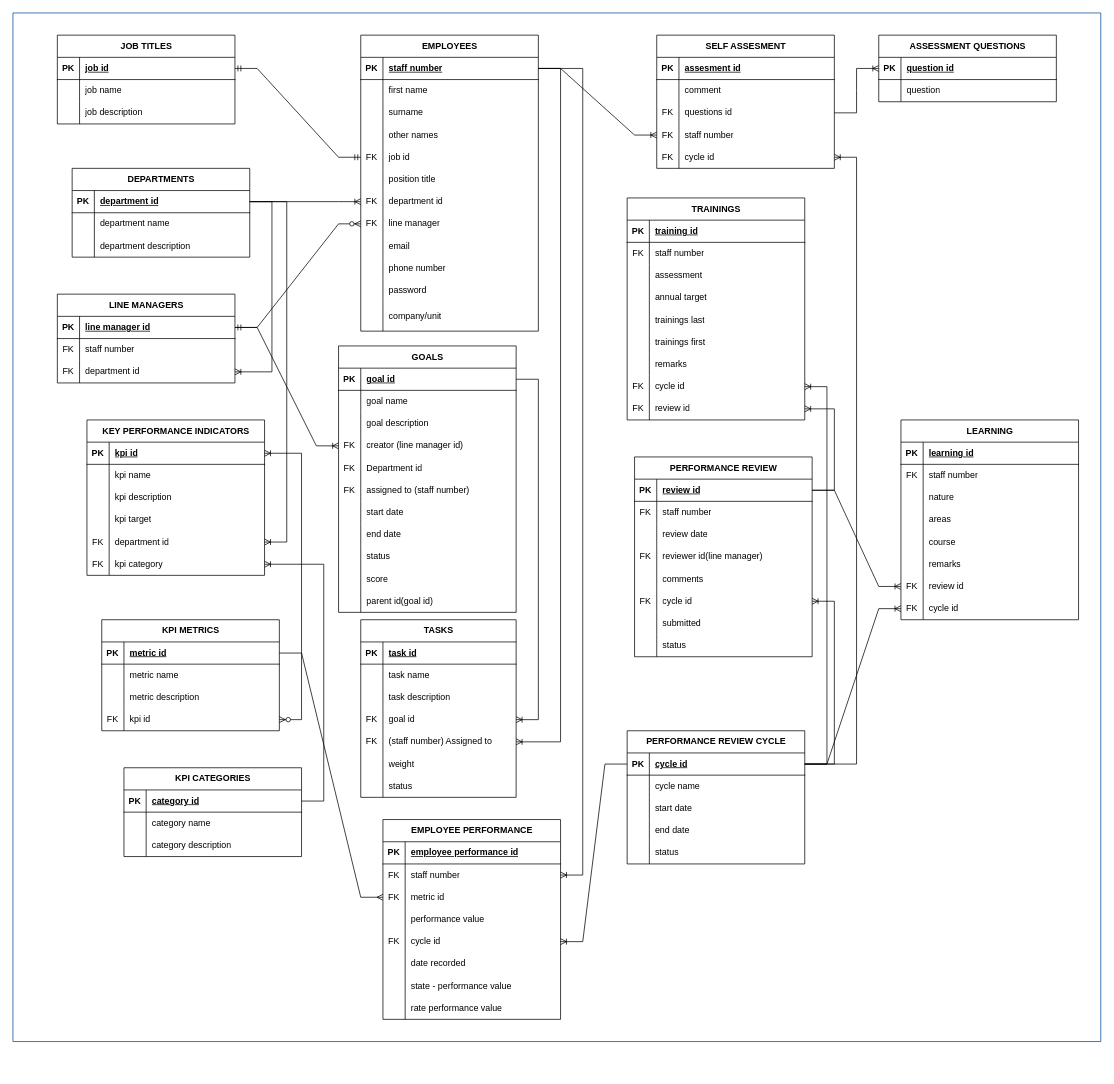
This is PMS.drawio from JohnMugambi/Files, a draw.io file, before an edit. Source tidied: cells renumbered, new cells numbered last; positions are measured from the earlier drawing's top-left corner, leaving out a move shared by most shapes. Both pictures are drawn from the tidied source at 74%, with x=0, y=0 at pixel (-5, 13).
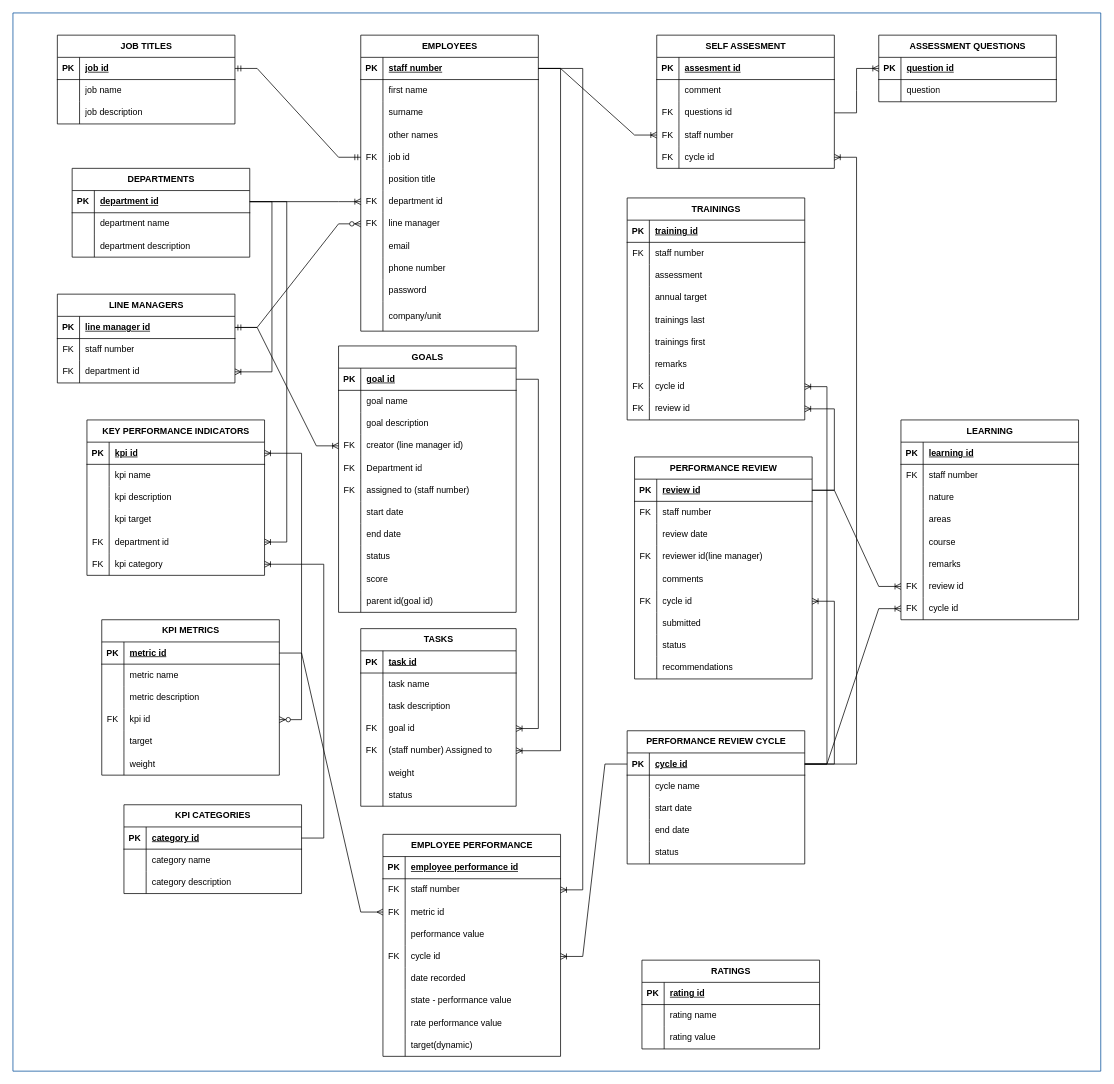
Above is the later version.

Unchanged cells that the change refers to:
```xml
<mxCell id="190" style="shape=tableRow;horizontal=0;startSize=0;swimlaneHead=0;swimlaneBody=0;fillColor=none;points=[[0,0.5],[1,0.5]];portConstraint=eastwest;top=0;left=0;right=0;bottom=0;" parent="174" vertex="1">
  <mxGeometry y="180" width="240" height="30" as="geometry" />
</mxCell>
```

Change to the diagram source:
```diff
@@
     <mxCell id="56" value="KPI METRICS" style="shape=table;startSize=30;childLayout=tableLayout;rowLines=0;fontStyle=1;align=center;html=1;" parent="1" vertex="1">
-      <mxGeometry x="144" y="820" width="240" height="150" as="geometry" />
+      <mxGeometry x="144" y="820" width="240" height="210" as="geometry" />
     </mxCell>
@@
+    <mxCell id="331" style="shape=tableRow;horizontal=0;startSize=0;swimlaneHead=0;swimlaneBody=0;fillColor=none;top=0;left=0;right=0;bottom=0;" parent="56" vertex="1">
+      <mxGeometry y="150" width="240" height="30" as="geometry" />
+    </mxCell>
+    <mxCell id="332" style="shape=partialRectangle;fillColor=none;top=0;left=0;bottom=0;right=0;overflow=hidden;whiteSpace=wrap;html=1;" parent="331" vertex="1">
+      <mxGeometry width="30" height="30" as="geometry" />
+    </mxCell>
+    <mxCell id="333" value="target" style="shape=partialRectangle;fillColor=none;top=0;left=0;bottom=0;right=0;align=left;spacingLeft=6;overflow=hidden;whiteSpace=wrap;html=1;" parent="331" vertex="1">
+      <mxGeometry x="30" width="210" height="30" as="geometry" />
+    </mxCell>
+    <mxCell id="334" style="shape=tableRow;horizontal=0;startSize=0;swimlaneHead=0;swimlaneBody=0;fillColor=none;top=0;left=0;right=0;bottom=0;" parent="56" vertex="1">
+      <mxGeometry y="180" width="240" height="30" as="geometry" />
+    </mxCell>
+    <mxCell id="335" style="shape=partialRectangle;fillColor=none;top=0;left=0;bottom=0;right=0;overflow=hidden;whiteSpace=wrap;html=1;" parent="334" vertex="1">
+      <mxGeometry width="30" height="30" as="geometry" />
+    </mxCell>
+    <mxCell id="336" value="weight" style="shape=partialRectangle;fillColor=none;top=0;left=0;bottom=0;right=0;align=left;spacingLeft=6;overflow=hidden;whiteSpace=wrap;html=1;" parent="334" vertex="1">
+      <mxGeometry x="30" width="210" height="30" as="geometry" />
+    </mxCell>
@@
-    <mxCell id="74" value="KPI CATEGORIES" style="shape=table;startSize=30;childLayout=tableLayout;rowLines=0;fontStyle=1;align=center;html=1;" parent="1" vertex="1">
-      <mxGeometry x="174" y="1020" width="240" height="120" as="geometry" />
-    </mxCell>
-    <mxCell id="75" style="shape=tableRow;horizontal=0;startSize=0;swimlaneHead=0;swimlaneBody=0;fillColor=none;points=[[0,0.5],[1,0.5]];portConstraint=eastwest;top=0;left=0;right=0;bottom=1;" parent="74" vertex="1">
-      <mxGeometry y="30" width="240" height="30" as="geometry" />
-    </mxCell>
-    <mxCell id="76" value="PK" style="shape=partialRectangle;fillColor=none;top=0;left=0;bottom=0;right=0;fontStyle=1;overflow=hidden;whiteSpace=wrap;html=1;" parent="75" vertex="1">
-      <mxGeometry width="30" height="30" as="geometry" />
-    </mxCell>
-    <mxCell id="77" value="category id" style="shape=partialRectangle;fillColor=none;top=0;left=0;bottom=0;right=0;align=left;spacingLeft=6;fontStyle=5;overflow=hidden;whiteSpace=wrap;html=1;" parent="75" vertex="1">
-      <mxGeometry x="30" width="210" height="30" as="geometry" />
-    </mxCell>
-    <mxCell id="78" style="shape=tableRow;horizontal=0;startSize=0;swimlaneHead=0;swimlaneBody=0;fillColor=none;top=0;left=0;right=0;bottom=0;" parent="74" vertex="1">
-      <mxGeometry y="60" width="240" height="30" as="geometry" />
-    </mxCell>
-    <mxCell id="79" style="shape=partialRectangle;fillColor=none;top=0;left=0;bottom=0;right=0;overflow=hidden;whiteSpace=wrap;html=1;" parent="78" vertex="1">
-      <mxGeometry width="30" height="30" as="geometry" />
-    </mxCell>
-    <mxCell id="80" value="category name" style="shape=partialRectangle;fillColor=none;top=0;left=0;bottom=0;right=0;align=left;spacingLeft=6;overflow=hidden;whiteSpace=wrap;html=1;" parent="78" vertex="1">
-      <mxGeometry x="30" width="210" height="30" as="geometry" />
-    </mxCell>
-    <mxCell id="81" style="shape=tableRow;horizontal=0;startSize=0;swimlaneHead=0;swimlaneBody=0;fillColor=none;top=0;left=0;right=0;bottom=0;" parent="74" vertex="1">
-      <mxGeometry y="90" width="240" height="30" as="geometry" />
-    </mxCell>
-    <mxCell id="82" style="shape=partialRectangle;fillColor=none;top=0;left=0;bottom=0;right=0;overflow=hidden;whiteSpace=wrap;html=1;" parent="81" vertex="1">
-      <mxGeometry width="30" height="30" as="geometry" />
-    </mxCell>
-    <mxCell id="83" value="category description" style="shape=partialRectangle;fillColor=none;top=0;left=0;bottom=0;right=0;align=left;spacingLeft=6;overflow=hidden;whiteSpace=wrap;html=1;" parent="81" vertex="1">
-      <mxGeometry x="30" width="210" height="30" as="geometry" />
-    </mxCell>
-    <mxCell id="84" style="edgeStyle=entityRelationEdgeStyle;fontSize=12;html=1;endArrow=ERoneToMany;rounded=0;" parent="1" edge="1" source="75" target="190">
-      <mxGeometry relative="1" as="geometry" />
-    </mxCell>
@@
     <mxCell id="163" style="swimlane;startSize=0;strokeColor=#004C99;" parent="1" vertex="1">
-      <mxGeometry x="24" width="1470" height="1390" as="geometry" />
+      <mxGeometry x="24" width="1470" height="1430" as="geometry" />
     </mxCell>
@@
     <mxCell id="254" value="PERFORMANCE REVIEW" style="shape=table;startSize=30;childLayout=tableLayout;rowLines=0;fontStyle=1;align=center;html=1;" parent="163" vertex="1">
-      <mxGeometry x="840" y="600" width="240" height="270" as="geometry" />
+      <mxGeometry x="840" y="600" width="240" height="300" as="geometry" />
     </mxCell>
@@
+    <mxCell id="337" style="shape=tableRow;horizontal=0;startSize=0;swimlaneHead=0;swimlaneBody=0;fillColor=none;top=0;left=0;right=0;bottom=0;" parent="254" vertex="1">
+      <mxGeometry y="270" width="240" height="30" as="geometry" />
+    </mxCell>
+    <mxCell id="338" style="shape=partialRectangle;fillColor=none;top=0;left=0;bottom=0;right=0;overflow=hidden;whiteSpace=wrap;html=1;" parent="337" vertex="1">
+      <mxGeometry width="30" height="30" as="geometry" />
+    </mxCell>
+    <mxCell id="339" value="recommendations" style="shape=partialRectangle;fillColor=none;top=0;left=0;bottom=0;right=0;align=left;spacingLeft=6;overflow=hidden;whiteSpace=wrap;html=1;" parent="337" vertex="1">
+      <mxGeometry x="30" width="210" height="30" as="geometry" />
+    </mxCell>
@@
     <mxCell id="280" value="EMPLOYEE PERFORMANCE" style="shape=table;startSize=30;childLayout=tableLayout;rowLines=0;fontStyle=1;align=center;html=1;" parent="163" vertex="1">
-      <mxGeometry x="500" y="1090" width="240" height="270" as="geometry" />
+      <mxGeometry x="500" y="1110" width="240" height="300" as="geometry" />
     </mxCell>
@@
+    <mxCell id="340" style="shape=tableRow;horizontal=0;startSize=0;swimlaneHead=0;swimlaneBody=0;fillColor=none;top=0;left=0;right=0;bottom=0;" parent="280" vertex="1">
+      <mxGeometry y="270" width="240" height="30" as="geometry" />
+    </mxCell>
+    <mxCell id="341" style="shape=partialRectangle;fillColor=none;top=0;left=0;bottom=0;right=0;overflow=hidden;whiteSpace=wrap;html=1;" parent="340" vertex="1">
+      <mxGeometry width="30" height="30" as="geometry" />
+    </mxCell>
+    <mxCell id="342" value="target(dynamic)" style="shape=partialRectangle;fillColor=none;top=0;left=0;bottom=0;right=0;align=left;spacingLeft=6;overflow=hidden;whiteSpace=wrap;html=1;" parent="340" vertex="1">
+      <mxGeometry x="30" width="210" height="30" as="geometry" />
+    </mxCell>
@@
     <mxCell id="307" value="TASKS" style="shape=table;startSize=30;childLayout=tableLayout;rowLines=0;fontStyle=1;align=center;html=1;" parent="163" vertex="1">
-      <mxGeometry x="470" y="820" width="210" height="240" as="geometry" />
+      <mxGeometry x="470" y="832" width="210" height="240" as="geometry" />
     </mxCell>
@@
+    <mxCell id="74" value="KPI CATEGORIES" style="shape=table;startSize=30;childLayout=tableLayout;rowLines=0;fontStyle=1;align=center;html=1;" parent="163" vertex="1">
+      <mxGeometry x="150" y="1070" width="240" height="120" as="geometry" />
+    </mxCell>
+    <mxCell id="75" style="shape=tableRow;horizontal=0;startSize=0;swimlaneHead=0;swimlaneBody=0;fillColor=none;points=[[0,0.5],[1,0.5]];portConstraint=eastwest;top=0;left=0;right=0;bottom=1;" parent="74" vertex="1">
+      <mxGeometry y="30" width="240" height="30" as="geometry" />
+    </mxCell>
+    <mxCell id="76" value="PK" style="shape=partialRectangle;fillColor=none;top=0;left=0;bottom=0;right=0;fontStyle=1;overflow=hidden;whiteSpace=wrap;html=1;" parent="75" vertex="1">
+      <mxGeometry width="30" height="30" as="geometry" />
+    </mxCell>
+    <mxCell id="77" value="category id" style="shape=partialRectangle;fillColor=none;top=0;left=0;bottom=0;right=0;align=left;spacingLeft=6;fontStyle=5;overflow=hidden;whiteSpace=wrap;html=1;" parent="75" vertex="1">
+      <mxGeometry x="30" width="210" height="30" as="geometry" />
+    </mxCell>
+    <mxCell id="78" style="shape=tableRow;horizontal=0;startSize=0;swimlaneHead=0;swimlaneBody=0;fillColor=none;top=0;left=0;right=0;bottom=0;" parent="74" vertex="1">
+      <mxGeometry y="60" width="240" height="30" as="geometry" />
+    </mxCell>
+    <mxCell id="79" style="shape=partialRectangle;fillColor=none;top=0;left=0;bottom=0;right=0;overflow=hidden;whiteSpace=wrap;html=1;" parent="78" vertex="1">
+      <mxGeometry width="30" height="30" as="geometry" />
+    </mxCell>
+    <mxCell id="80" value="category name" style="shape=partialRectangle;fillColor=none;top=0;left=0;bottom=0;right=0;align=left;spacingLeft=6;overflow=hidden;whiteSpace=wrap;html=1;" parent="78" vertex="1">
+      <mxGeometry x="30" width="210" height="30" as="geometry" />
+    </mxCell>
+    <mxCell id="81" style="shape=tableRow;horizontal=0;startSize=0;swimlaneHead=0;swimlaneBody=0;fillColor=none;top=0;left=0;right=0;bottom=0;" parent="74" vertex="1">
+      <mxGeometry y="90" width="240" height="30" as="geometry" />
+    </mxCell>
+    <mxCell id="82" style="shape=partialRectangle;fillColor=none;top=0;left=0;bottom=0;right=0;overflow=hidden;whiteSpace=wrap;html=1;" parent="81" vertex="1">
+      <mxGeometry width="30" height="30" as="geometry" />
+    </mxCell>
+    <mxCell id="83" value="category description" style="shape=partialRectangle;fillColor=none;top=0;left=0;bottom=0;right=0;align=left;spacingLeft=6;overflow=hidden;whiteSpace=wrap;html=1;" parent="81" vertex="1">
+      <mxGeometry x="30" width="210" height="30" as="geometry" />
+    </mxCell>
+    <mxCell id="84" style="edgeStyle=entityRelationEdgeStyle;fontSize=12;html=1;endArrow=ERoneToMany;rounded=0;" parent="163" edge="1" source="75" target="190">
+      <mxGeometry relative="1" as="geometry" />
+    </mxCell>
+    <mxCell id="343" value="RATINGS" style="shape=table;startSize=30;childLayout=tableLayout;rowLines=0;fontStyle=1;align=center;html=1;" parent="163" vertex="1">
+      <mxGeometry x="850" y="1280" width="240" height="120" as="geometry" />
+    </mxCell>
+    <mxCell id="344" style="shape=tableRow;horizontal=0;startSize=0;swimlaneHead=0;swimlaneBody=0;fillColor=none;top=0;left=0;right=0;bottom=1;" parent="343" vertex="1">
+      <mxGeometry y="30" width="240" height="30" as="geometry" />
+    </mxCell>
+    <mxCell id="345" value="PK" style="shape=partialRectangle;fillColor=none;top=0;left=0;bottom=0;right=0;fontStyle=1;overflow=hidden;whiteSpace=wrap;html=1;" parent="344" vertex="1">
+      <mxGeometry width="30" height="30" as="geometry" />
+    </mxCell>
+    <mxCell id="346" value="rating id" style="shape=partialRectangle;fillColor=none;top=0;left=0;bottom=0;right=0;align=left;spacingLeft=6;fontStyle=5;overflow=hidden;whiteSpace=wrap;html=1;" parent="344" vertex="1">
+      <mxGeometry x="30" width="210" height="30" as="geometry" />
+    </mxCell>
+    <mxCell id="347" style="shape=tableRow;horizontal=0;startSize=0;swimlaneHead=0;swimlaneBody=0;fillColor=none;top=0;left=0;right=0;bottom=0;" parent="343" vertex="1">
+      <mxGeometry y="60" width="240" height="30" as="geometry" />
+    </mxCell>
+    <mxCell id="348" style="shape=partialRectangle;fillColor=none;top=0;left=0;bottom=0;right=0;overflow=hidden;whiteSpace=wrap;html=1;" parent="347" vertex="1">
+      <mxGeometry width="30" height="30" as="geometry" />
+    </mxCell>
+    <mxCell id="349" value="rating name" style="shape=partialRectangle;fillColor=none;top=0;left=0;bottom=0;right=0;align=left;spacingLeft=6;overflow=hidden;whiteSpace=wrap;html=1;" parent="347" vertex="1">
+      <mxGeometry x="30" width="210" height="30" as="geometry" />
+    </mxCell>
+    <mxCell id="350" style="shape=tableRow;horizontal=0;startSize=0;swimlaneHead=0;swimlaneBody=0;fillColor=none;top=0;left=0;right=0;bottom=0;" parent="343" vertex="1">
+      <mxGeometry y="90" width="240" height="30" as="geometry" />
+    </mxCell>
+    <mxCell id="351" style="shape=partialRectangle;fillColor=none;top=0;left=0;bottom=0;right=0;overflow=hidden;whiteSpace=wrap;html=1;" parent="350" vertex="1">
+      <mxGeometry width="30" height="30" as="geometry" />
+    </mxCell>
+    <mxCell id="352" value="rating value" style="shape=partialRectangle;fillColor=none;top=0;left=0;bottom=0;right=0;align=left;spacingLeft=6;overflow=hidden;whiteSpace=wrap;html=1;" parent="350" vertex="1">
+      <mxGeometry x="30" width="210" height="30" as="geometry" />
+    </mxCell>
```
